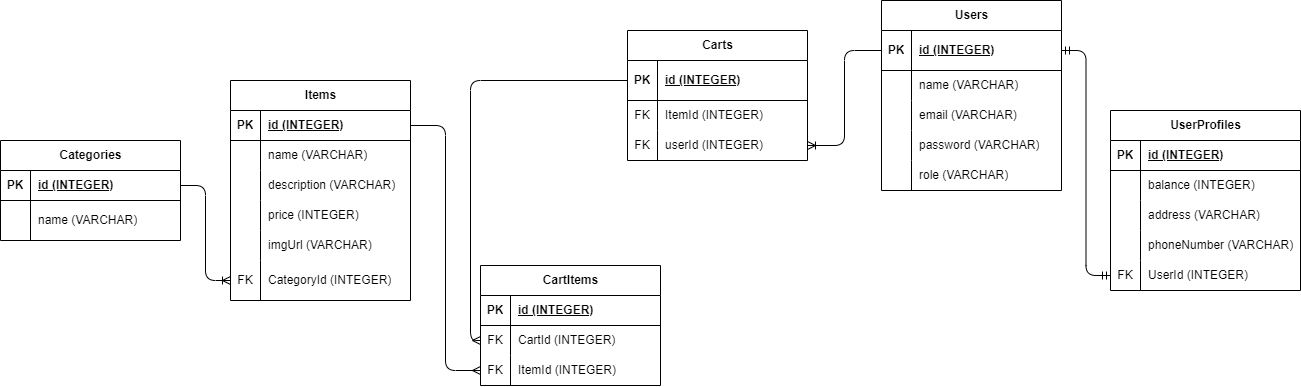
The draw.io diagram erd-marfood.drawio.png in marhanura/marfoodmd, before a commit. Source tidied: cells renumbered, new cells last; positions are measured from the earlier drawing's top-left corner, leaving out a move shared by most shapes.
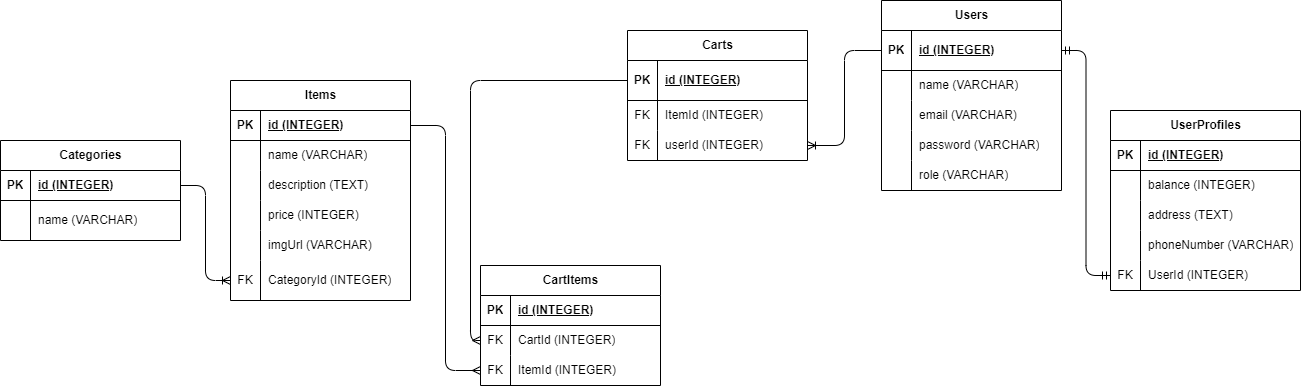
The same diagram one commit later.

Commit message:
fix: change data type of address and description from string to text

What changed in the source:
```diff
@@ -29,7 +29,7 @@
     <mxCell id="10" style="shape=partialRectangle;fillColor=none;top=0;left=0;bottom=0;right=0;overflow=hidden;whiteSpace=wrap;html=1;" parent="9" vertex="1">
       <mxGeometry width="30" height="30" as="geometry" />
     </mxCell>
-    <mxCell id="11" value="description (VARCHAR)" style="shape=partialRectangle;fillColor=none;top=0;left=0;bottom=0;right=0;align=left;spacingLeft=6;overflow=hidden;whiteSpace=wrap;html=1;" parent="9" vertex="1">
+    <mxCell id="11" value="description (TEXT)" style="shape=partialRectangle;fillColor=none;top=0;left=0;bottom=0;right=0;align=left;spacingLeft=6;overflow=hidden;whiteSpace=wrap;html=1;" parent="9" vertex="1">
       <mxGeometry x="30" width="150" height="30" as="geometry" />
     </mxCell>
     <mxCell id="12" style="shape=tableRow;horizontal=0;startSize=0;swimlaneHead=0;swimlaneBody=0;fillColor=none;top=0;left=0;right=0;bottom=0;" parent="2" vertex="1">
@@ -86,7 +86,7 @@
     <mxCell id="29" style="shape=partialRectangle;fillColor=none;top=0;left=0;bottom=0;right=0;overflow=hidden;whiteSpace=wrap;html=1;" parent="28" vertex="1">
       <mxGeometry width="30" height="30" as="geometry" />
     </mxCell>
-    <mxCell id="30" value="address (VARCHAR)" style="shape=partialRectangle;fillColor=none;top=0;left=0;bottom=0;right=0;align=left;spacingLeft=6;overflow=hidden;whiteSpace=wrap;html=1;" parent="28" vertex="1">
+    <mxCell id="30" value="address (TEXT)" style="shape=partialRectangle;fillColor=none;top=0;left=0;bottom=0;right=0;align=left;spacingLeft=6;overflow=hidden;whiteSpace=wrap;html=1;" parent="28" vertex="1">
       <mxGeometry x="30" width="160" height="30" as="geometry" />
     </mxCell>
     <mxCell id="31" style="shape=tableRow;horizontal=0;startSize=0;swimlaneHead=0;swimlaneBody=0;fillColor=none;top=0;left=0;right=0;bottom=0;" parent="21" vertex="1">
```
